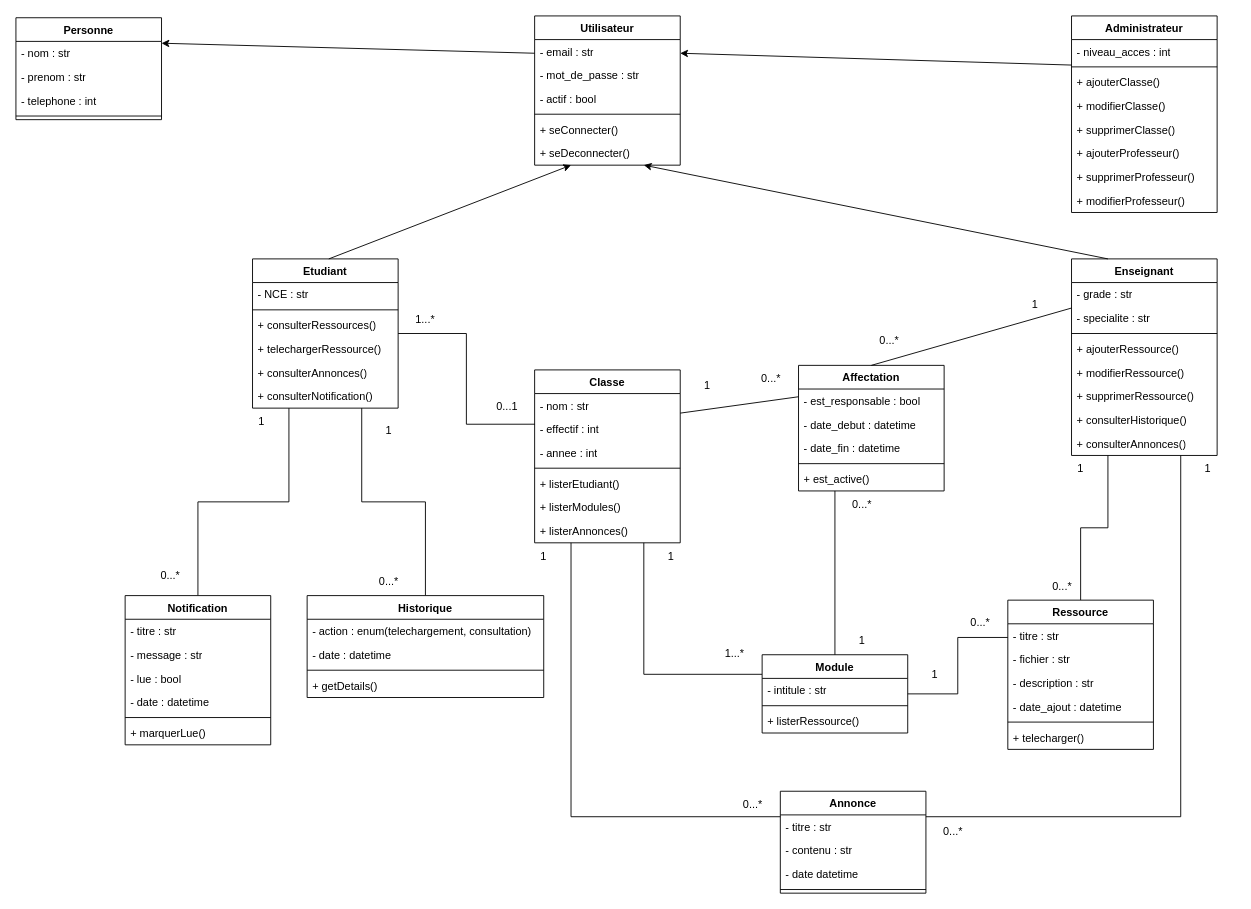
NoSeaBass/Django-Partage_Resources_Pedagogiques keeps this draw.io diagram as page "Classes" (4 of 4) of documents/DiagrammesActivites.drawio. Above is the earlier version. Source tidied: cells renumbered, new cells numbered last; positions are measured from the earlier drawing's top-left corner, leaving out a move shared by most shapes. Both pictures are drawn from the tidied source at 91%, with x=0, y=0 at pixel (15, 15).
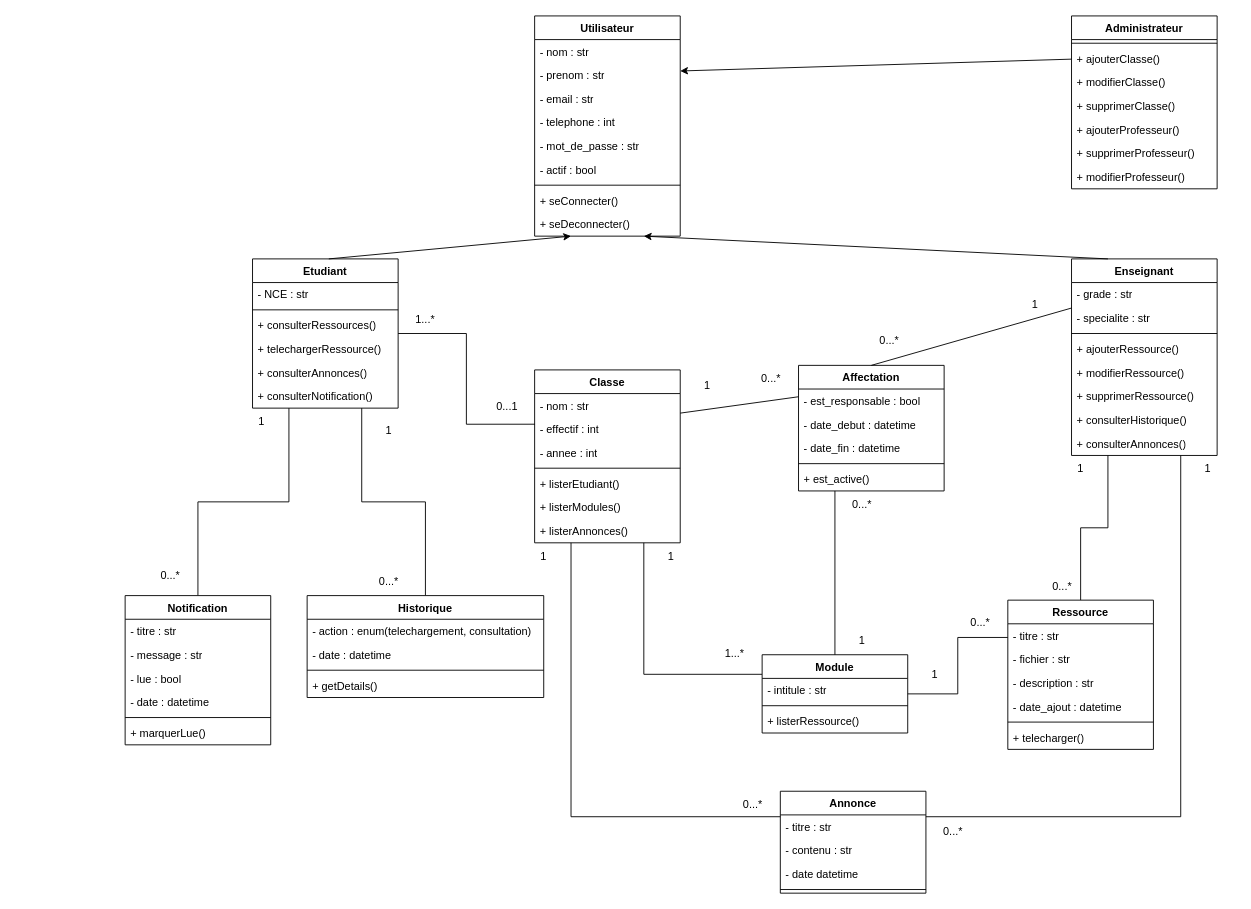
Above is the later version.

Commit message:
mise a jour du diagramme

What changed in the source:
```diff
@@
-    <mxCell id="2" value="Personne" style="swimlane;fontStyle=1;align=center;verticalAlign=top;horizontal=1;startSize=26;whiteSpace=wrap;html=1;" parent="1" vertex="1">
-      <mxGeometry y="2" width="160" height="112" as="geometry" />
-    </mxCell>
+    <mxCell id="7" value="Utilisateur" style="swimlane;fontStyle=1;align=center;verticalAlign=top;horizontal=1;startSize=26;whiteSpace=wrap;html=1;" parent="1" vertex="1">
+      <mxGeometry x="570" width="160" height="242" as="geometry" />
+    </mxCell>
-    <mxCell id="3" value="- nom : str" style="text;strokeColor=none;fillColor=none;align=left;verticalAlign=top;spacingLeft=4;spacingRight=4;overflow=hidden;whiteSpace=wrap;html=1;" parent="2" vertex="1">
+    <mxCell id="3" value="- nom : str" style="text;strokeColor=none;fillColor=none;align=left;verticalAlign=top;spacingLeft=4;spacingRight=4;overflow=hidden;whiteSpace=wrap;html=1;" parent="7" vertex="1">
       <mxGeometry y="26" width="160" height="26" as="geometry" />
     </mxCell>
-    <mxCell id="4" value="- prenom : str" style="text;strokeColor=none;fillColor=none;align=left;verticalAlign=top;spacingLeft=4;spacingRight=4;overflow=hidden;whiteSpace=wrap;html=1;" parent="2" vertex="1">
+    <mxCell id="4" value="- prenom : str" style="text;strokeColor=none;fillColor=none;align=left;verticalAlign=top;spacingLeft=4;spacingRight=4;overflow=hidden;whiteSpace=wrap;html=1;" parent="7" vertex="1">
       <mxGeometry y="52" width="160" height="26" as="geometry" />
     </mxCell>
+    <mxCell id="8" value="- email : str" style="text;strokeColor=none;fillColor=none;align=left;verticalAlign=top;spacingLeft=4;spacingRight=4;overflow=hidden;whiteSpace=wrap;html=1;" parent="7" vertex="1">
+      <mxGeometry y="78" width="160" height="26" as="geometry" />
+    </mxCell>
-    <mxCell id="5" value="- telephone : int" style="text;strokeColor=none;fillColor=none;align=left;verticalAlign=top;spacingLeft=4;spacingRight=4;overflow=hidden;whiteSpace=wrap;html=1;" parent="2" vertex="1">
-      <mxGeometry y="78" width="160" height="26" as="geometry" />
+    <mxCell id="5" value="- telephone : int" style="text;strokeColor=none;fillColor=none;align=left;verticalAlign=top;spacingLeft=4;spacingRight=4;overflow=hidden;whiteSpace=wrap;html=1;" parent="7" vertex="1">
+      <mxGeometry y="104" width="160" height="26" as="geometry" />
     </mxCell>
-    <mxCell id="6" style="line;strokeWidth=1;fillColor=none;align=left;verticalAlign=middle;spacingTop=-1;spacingLeft=3;spacingRight=3;labelPosition=right;strokeColor=inherit;" parent="2" vertex="1">
-      <mxGeometry y="104" width="160" height="8" as="geometry" />
-    </mxCell>
-    <mxCell id="7" value="Utilisateur" style="swimlane;fontStyle=1;align=center;verticalAlign=top;horizontal=1;startSize=26;whiteSpace=wrap;html=1;" parent="1" vertex="1">
-      <mxGeometry x="570" width="160" height="164" as="geometry" />
-    </mxCell>
-    <mxCell id="8" value="- email : str" style="text;strokeColor=none;fillColor=none;align=left;verticalAlign=top;spacingLeft=4;spacingRight=4;overflow=hidden;whiteSpace=wrap;html=1;" parent="7" vertex="1">
-      <mxGeometry y="26" width="160" height="26" as="geometry" />
-    </mxCell>
     <mxCell id="9" value="- mot_de_passe : str" style="text;strokeColor=none;fillColor=none;align=left;verticalAlign=top;spacingLeft=4;spacingRight=4;overflow=hidden;whiteSpace=wrap;html=1;" parent="7" vertex="1">
-      <mxGeometry y="52" width="160" height="26" as="geometry" />
+      <mxGeometry y="130" width="160" height="26" as="geometry" />
     </mxCell>
     <mxCell id="10" value="- actif : bool" style="text;strokeColor=none;fillColor=none;align=left;verticalAlign=top;spacingLeft=4;spacingRight=4;overflow=hidden;whiteSpace=wrap;html=1;" parent="7" vertex="1">
-      <mxGeometry y="78" width="160" height="26" as="geometry" />
+      <mxGeometry y="156" width="160" height="26" as="geometry" />
     </mxCell>
     <mxCell id="11" style="line;strokeWidth=1;fillColor=none;align=left;verticalAlign=middle;spacingTop=-1;spacingLeft=3;spacingRight=3;labelPosition=right;strokeColor=inherit;" parent="7" vertex="1">
-      <mxGeometry y="104" width="160" height="8" as="geometry" />
+      <mxGeometry y="182" width="160" height="8" as="geometry" />
     </mxCell>
     <mxCell id="12" value="+ seConnecter()" style="text;strokeColor=none;fillColor=none;align=left;verticalAlign=top;spacingLeft=4;spacingRight=4;overflow=hidden;whiteSpace=wrap;html=1;" parent="7" vertex="1">
-      <mxGeometry y="112" width="160" height="26" as="geometry" />
+      <mxGeometry y="190" width="160" height="26" as="geometry" />
     </mxCell>
     <mxCell id="13" value="+ seDeconnecter()" style="text;strokeColor=none;fillColor=none;align=left;verticalAlign=top;spacingLeft=4;spacingRight=4;overflow=hidden;whiteSpace=wrap;html=1;" parent="7" vertex="1">
-      <mxGeometry y="138" width="160" height="26" as="geometry" />
+      <mxGeometry y="216" width="160" height="26" as="geometry" />
     </mxCell>
@@
     <mxCell id="34" value="Administrateur" style="swimlane;fontStyle=1;align=center;verticalAlign=top;horizontal=1;startSize=26;whiteSpace=wrap;html=1;" parent="1" vertex="1">
-      <mxGeometry x="1160" width="160" height="216" as="geometry" />
+      <mxGeometry x="1160" width="160" height="190" as="geometry" />
     </mxCell>
-    <mxCell id="35" value="- niveau_acces : int" style="text;strokeColor=none;fillColor=none;align=left;verticalAlign=top;spacingLeft=4;spacingRight=4;overflow=hidden;whiteSpace=wrap;html=1;" parent="34" vertex="1">
-      <mxGeometry y="26" width="160" height="26" as="geometry" />
-    </mxCell>
     <mxCell id="36" style="line;strokeWidth=1;fillColor=none;align=left;verticalAlign=middle;spacingTop=-1;spacingLeft=3;spacingRight=3;labelPosition=right;strokeColor=inherit;" parent="34" vertex="1">
-      <mxGeometry y="52" width="160" height="8" as="geometry" />
+      <mxGeometry y="26" width="160" height="8" as="geometry" />
     </mxCell>
     <mxCell id="37" value="+ ajouterClasse()" style="text;strokeColor=none;fillColor=none;align=left;verticalAlign=top;spacingLeft=4;spacingRight=4;overflow=hidden;whiteSpace=wrap;html=1;" parent="34" vertex="1">
-      <mxGeometry y="60" width="160" height="26" as="geometry" />
+      <mxGeometry y="34" width="160" height="26" as="geometry" />
     </mxCell>
     <mxCell id="38" value="+ modifierClasse()" style="text;strokeColor=none;fillColor=none;align=left;verticalAlign=top;spacingLeft=4;spacingRight=4;overflow=hidden;whiteSpace=wrap;html=1;" parent="34" vertex="1">
-      <mxGeometry y="86" width="160" height="26" as="geometry" />
+      <mxGeometry y="60" width="160" height="26" as="geometry" />
     </mxCell>
     <mxCell id="39" value="+ supprimerClasse&lt;span style=&quot;background-color: transparent; color: light-dark(rgb(0, 0, 0), rgb(255, 255, 255));&quot;&gt;()&lt;/span&gt;" style="text;strokeColor=none;fillColor=none;align=left;verticalAlign=top;spacingLeft=4;spacingRight=4;overflow=hidden;whiteSpace=wrap;html=1;" parent="34" vertex="1">
-      <mxGeometry y="112" width="160" height="26" as="geometry" />
+      <mxGeometry y="86" width="160" height="26" as="geometry" />
     </mxCell>
     <mxCell id="40" value="+ ajouterProfesseur()" style="text;strokeColor=none;fillColor=none;align=left;verticalAlign=top;spacingLeft=4;spacingRight=4;overflow=hidden;whiteSpace=wrap;html=1;" parent="34" vertex="1">
-      <mxGeometry y="138" width="160" height="26" as="geometry" />
+      <mxGeometry y="112" width="160" height="26" as="geometry" />
     </mxCell>
     <mxCell id="41" value="+ supprimerProfesseur&lt;span style=&quot;background-color: transparent; color: light-dark(rgb(0, 0, 0), rgb(255, 255, 255));&quot;&gt;()&lt;/span&gt;" style="text;strokeColor=none;fillColor=none;align=left;verticalAlign=top;spacingLeft=4;spacingRight=4;overflow=hidden;whiteSpace=wrap;html=1;" parent="34" vertex="1">
-      <mxGeometry y="164" width="160" height="26" as="geometry" />
+      <mxGeometry y="138" width="160" height="26" as="geometry" />
     </mxCell>
     <mxCell id="42" value="+ modifierProfesseur()" style="text;strokeColor=none;fillColor=none;align=left;verticalAlign=top;spacingLeft=4;spacingRight=4;overflow=hidden;whiteSpace=wrap;html=1;" parent="34" vertex="1">
-      <mxGeometry y="190" width="160" height="26" as="geometry" />
+      <mxGeometry y="164" width="160" height="26" as="geometry" />
     </mxCell>
@@
-    <mxCell id="83" style="endArrow=classic;html=1;rounded=0;exitX=0;exitY=0.25;exitDx=0;exitDy=0;entryX=1;entryY=0.25;entryDx=0;entryDy=0;" parent="1" edge="1" source="7" target="2">
-      <mxGeometry relative="1" as="geometry" />
-    </mxCell>
```
